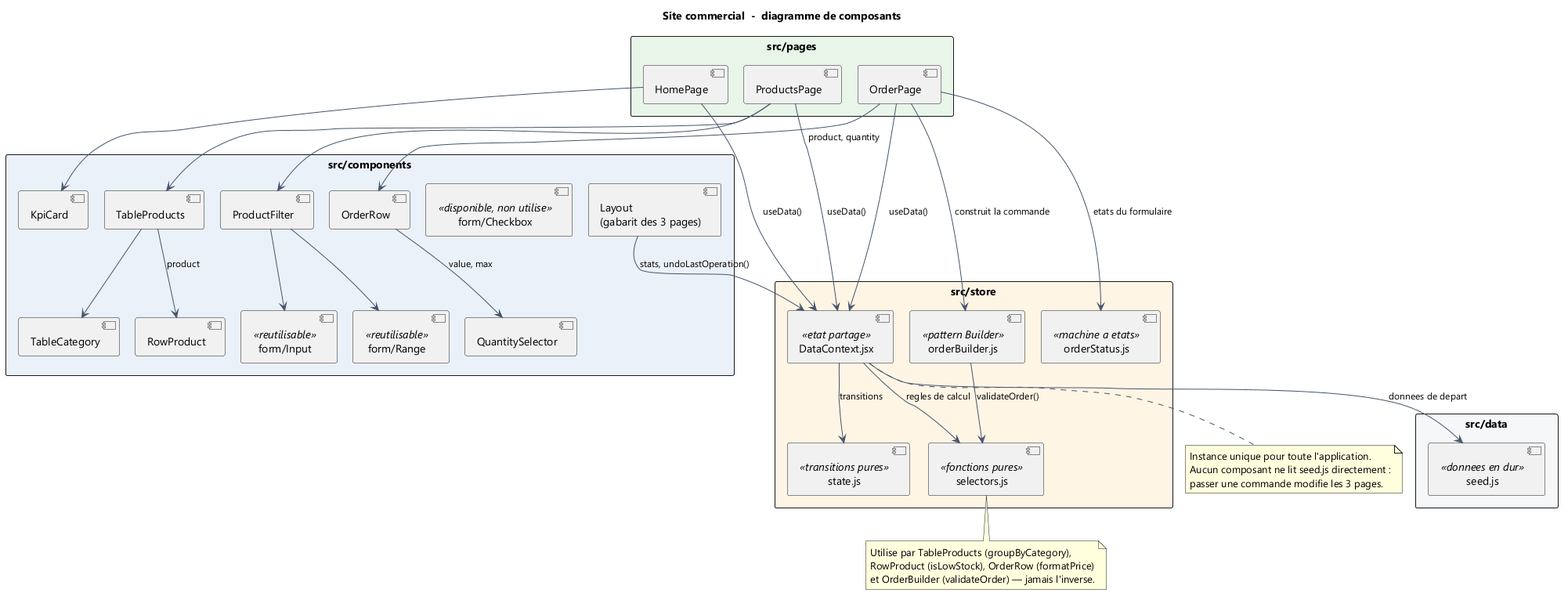
This is docs/diagrammes/01-diagramme-composants.png from wenkais196-Gabriel/mini-projet-site-commercial, a PlantUML export, as it was before one commit.
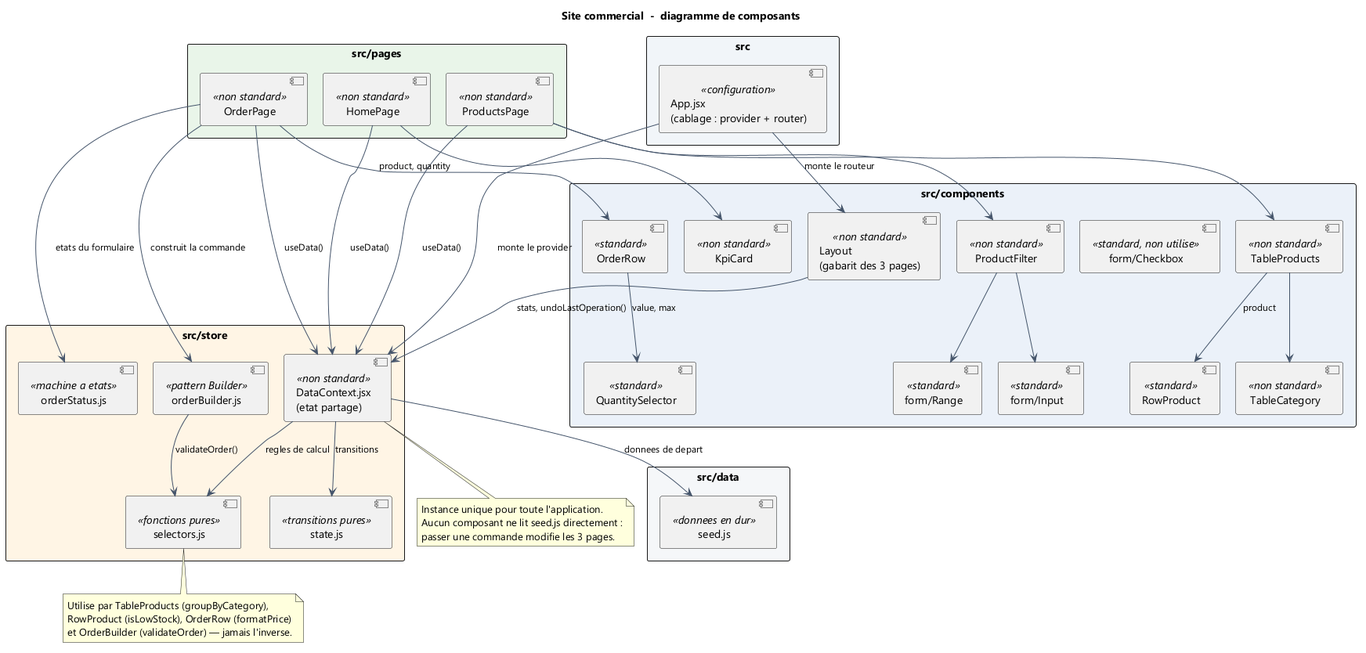
After the commit.

Commit message:
fix: couvre les 5 filtres, marque standard/non standard sur le diagramme

The edit, as a diff of the source:
```diff
@@ -10,28 +10,32 @@
 skinparam nodesep 20
 skinparam ranksep 50
 
+package "src" #F1F5F9 {
+  component "App.jsx\n(cablage : provider + router)" as App <<configuration>>
+}
+
 package "src/pages" #E8F5E9 {
-  component "HomePage" as Accueil
-  component "ProductsPage" as Produits
-  component "OrderPage" as Commande
+  component "HomePage" as Accueil <<non standard>>
+  component "ProductsPage" as Produits <<non standard>>
+  component "OrderPage" as Commande <<non standard>>
 }
 
 package "src/components" #EAF1F8 {
-  component "Layout\n(gabarit des 3 pages)" as Layout
-  component "form/Input" as Input <<reutilisable>>
-  component "form/Range" as Range <<reutilisable>>
-  component "form/Checkbox" as Check <<disponible, non utilise>>
-  component "KpiCard" as KPI
-  component "ProductFilter" as Filtre
-  component "TableProducts" as Table
-  component "TableCategory" as Cat
-  component "RowProduct" as Row
-  component "OrderRow" as Ligne
-  component "QuantitySelector" as SelQ
+  component "Layout\n(gabarit des 3 pages)" as Layout <<non standard>>
+  component "form/Input" as Input <<standard>>
+  component "form/Range" as Range <<standard>>
+  component "form/Checkbox" as Check <<standard, non utilise>>
+  component "KpiCard" as KPI <<non standard>>
+  component "ProductFilter" as Filtre <<non standard>>
+  component "TableProducts" as Table <<non standard>>
+  component "TableCategory" as Cat <<non standard>>
+  component "RowProduct" as Row <<standard>>
+  component "OrderRow" as Ligne <<standard>>
+  component "QuantitySelector" as SelQ <<standard>>
 }
 
 package "src/store" #FFF4E5 {
-  component "DataContext.jsx" as Store <<etat partage>>
+  component "DataContext.jsx\n(etat partage)" as Store <<non standard>>
   component "selectors.js" as Sel <<fonctions pures>>
   component "state.js" as Etat <<transitions pures>>
   component "orderBuilder.js" as Builder <<pattern Builder>>
@@ -41,6 +45,9 @@
 package "src/data" #F4F6F8 {
   component "seed.js" as Seed <<donnees en dur>>
 }
+
+App --> Store : monte le provider
+App --> Layout : monte le routeur
 
 Accueil --> Store : useData()
 Produits --> Store : useData()
```
